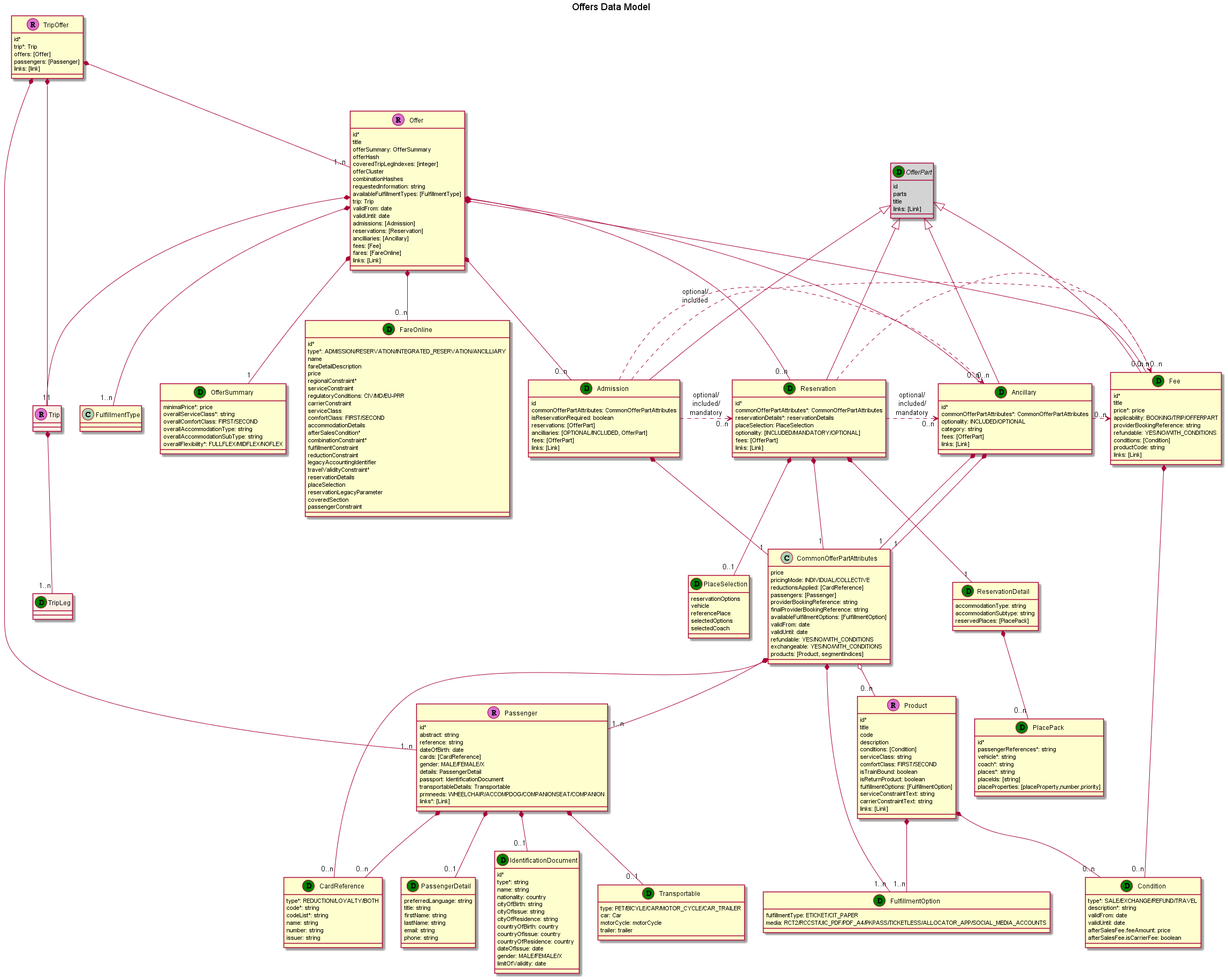
This is images/models/offers-data-model.png from UnionInternationalCheminsdeFer/OSDM, a PlantUML export, as it was before one commit.
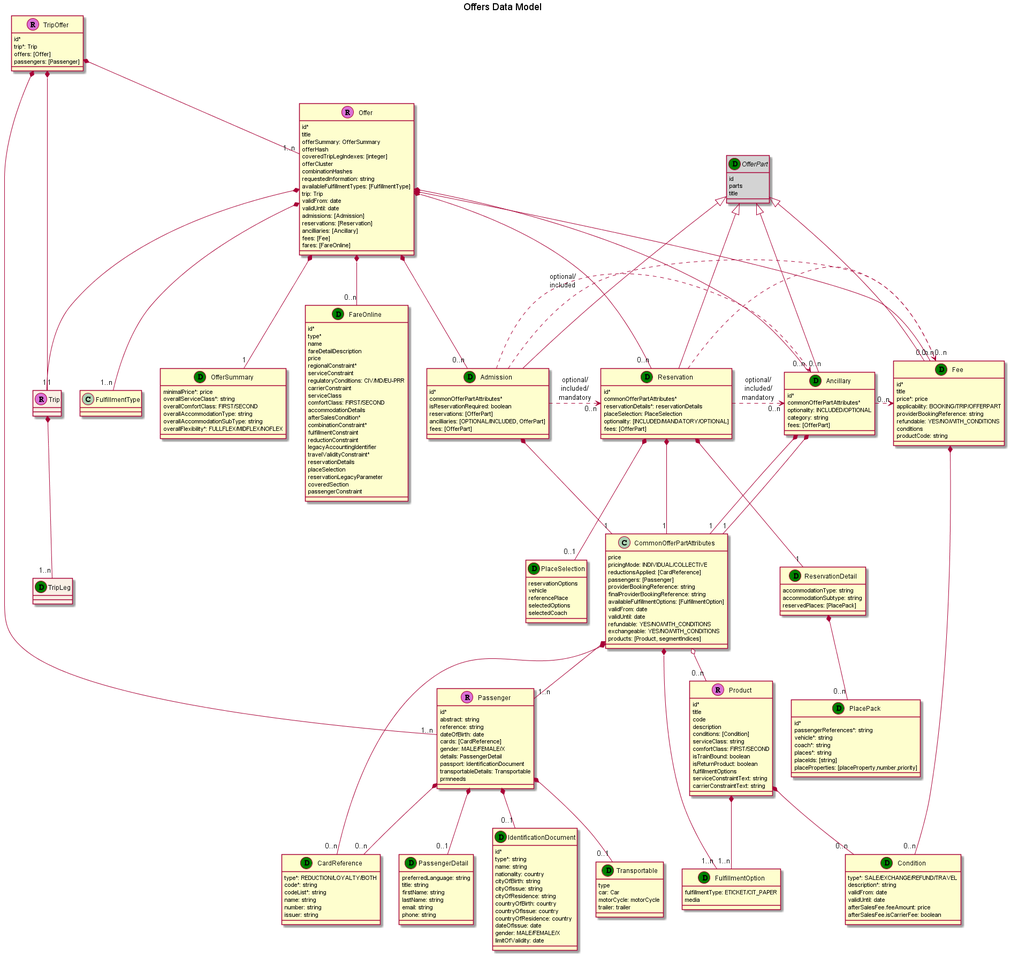
After the commit.

Diff of the diagram source:
```diff
@@ -10,11 +10,10 @@
 }
 
 class TripOffer <<R,orchid>>  {
-id*
-trip*: Trip
-offers: [Offer]
-passengers: [Passenger]
-links: [link]
+  id*
+  trip*: Trip
+  offers: [Offer]
+  passengers: [Passenger]
 }
 
 TripOffer *-- "1..n" Offer
@@ -22,24 +21,23 @@
 TripOffer *-- "1" Trip
 
 class Offer <<R,orchid>> {
-id*
-title
-offerSummary: OfferSummary
-offerHash
-coveredTripLegIndexes: [integer]
-offerCluster
-combinationHashes
-requestedInformation: string
-availableFulfillmentTypes: [FulfillmentType]
-trip: Trip
-validFrom: date
-validUntil: date
-admissions: [Admission]
-reservations: [Reservation]
-ancilliaries: [Ancillary]
-fees: [Fee]
-fares: [FareOnline]
-links: [Link]
+  id*
+  title
+  offerSummary: OfferSummary
+  offerHash
+  coveredTripLegIndexes: [integer]
+  offerCluster
+  combinationHashes
+  requestedInformation: string
+  availableFulfillmentTypes: [FulfillmentType]
+  trip: Trip
+  validFrom: date
+  validUntil: date
+  admissions: [Admission]
+  reservations: [Reservation]
+  ancilliaries: [Ancillary]
+  fees: [Fee]
+  fares: [FareOnline]
 }
 
 Offer *-- "0..n" Admission
@@ -61,10 +59,9 @@
 }
 
 abstract class OfferPart <<D,green>> #lightgrey {
-id
-parts
-title
-links: [Link]
+  id
+  parts
+  title
 }
 
 OfferPart <|-- Admission
@@ -94,11 +91,10 @@
 
 class Ancillary <<D,green>> {
   id*
-  commonOfferPartAttributes*: CommonOfferPartAttributes
+  commonOfferPartAttributes*
   optionality: INCLUDED/OPTIONAL
   category: string
   fees: [OfferPart]
-  links: [Link]
 }
 
 Ancillary *-- "1" CommonOfferPartAttributes
@@ -107,13 +103,12 @@
 
 
 class Admission <<D,green>> {
-  id
-  commonOfferPartAttributes: CommonOfferPartAttributes
+  id*
+  commonOfferPartAttributes*
   isReservationRequired: boolean
   reservations: [OfferPart]
   ancilliaries: [OPTIONAL/INCLUDED, OfferPart]
   fees: [OfferPart]
-  links: [Link]
 }
 
 Admission *-- "1" CommonOfferPartAttributes
@@ -123,12 +118,11 @@
 
 class Reservation <<D,green>> {
   id*
-  commonOfferPartAttributes*: CommonOfferPartAttributes
+  commonOfferPartAttributes*
   reservationDetails*: reservationDetails
   placeSelection: PlaceSelection
   optionality: [INCLUDED/MANDATORY/OPTIONAL]
   fees: [OfferPart]
-  links: [Link]
 }
 
 Reservation *-- "1" CommonOfferPartAttributes
@@ -138,9 +132,9 @@
 Reservation .>"0..n" Ancillary:optional/\nincluded/\nmandatory
 
 class ReservationDetail<<D,green>> {
-accommodationType: string
-accommodationSubtype: string
-reservedPlaces: [PlacePack]
+  accommodationType: string
+  accommodationSubtype: string
+  reservedPlaces: [PlacePack]
 }
 
 ReservationDetail *-- "0..n" PlacePack
@@ -156,11 +150,11 @@
 }
 
 class PlaceSelection<<D,green>> {
-reservationOptions
-vehicle
-referencePlace
-selectedOptions
-selectedCoach
+  reservationOptions
+  vehicle
+  referencePlace
+  selectedOptions
+  selectedCoach
 }
 
 class Fee<<D,green>> {
@@ -170,27 +164,25 @@
   applicability: BOOKING/TRIP/OFFERPART
   providerBookingReference: string
   refundable: YES/NO/WITH_CONDITIONS
-  conditions: [Condition]
+  conditions
   productCode: string
-  links: [Link]
 }
 
 Fee *-- "0..n" Condition
 
 class Product <<R,orchid>> {
-id*
-title
-code
-description
-conditions: [Condition]
-serviceClass: string
-comfortClass: FIRST/SECOND
-isTrainBound: boolean
-isReturnProduct: boolean
-fulfillmentOptions: [FulfillmentOption]
-serviceConstraintText: string
-carrierConstraintText: string
-links: [Link]
+  id*
+  title
+  code
+  description
+  conditions: [Condition]
+  serviceClass: string
+  comfortClass: FIRST/SECOND
+  isTrainBound: boolean
+  isReturnProduct: boolean
+  fulfillmentOptions
+  serviceConstraintText: string
+  carrierConstraintText: string
 }
 
 Product *-- "0..n" Condition
@@ -207,21 +199,20 @@
 
 class FulfillmentOption<<D,green>> {
   fulfillmentType: ETICKET/CIT_PAPER
-  media: RCT2/RCCST/UIC_PDF/PDF_A4/PKPASS/TICKETLESS/ALLOCATOR_APP/SOCIAL_MEDIA_ACCOUNTS
+  media
 }
 
 class Passenger <<R, orchid>> {
-id*
-abstract: string
-reference: string
-dateOfBirth: date
-cards: [CardReference]
-gender: MALE/FEMALE/X
-details: PassengerDetail
-passport: IdentificationDocument
-transportableDetails: Transportable
-prmneeds: WHEELCHAIR/ACCOMPDOG/COMPANIONSEAT/COMPANION
-links*: [Link]
+  id*
+  abstract: string
+  reference: string
+  dateOfBirth: date
+  cards: [CardReference]
+  gender: MALE/FEMALE/X
+  details: PassengerDetail
+  passport: IdentificationDocument
+  transportableDetails: Transportable
+  prmneeds
 }
 
 Passenger *-- "0..n" CardReference
@@ -264,35 +255,35 @@
 }
 
 class Transportable<<D,green>> {
-  type: PET/BICYLE/CAR/MOTOR_CYCLE/CAR_TRAILER
+  type
   car: Car
   motorCycle: motorCycle
   trailer: trailer
 }
 
 class FareOnline <<D,green>> {
-id*
-type*: ADMISSION/RESERVATION/INTEGRATED_RESERVATION/ANCILLIARY
-name
-fareDetailDescription
-price
-regionalConstraint*
-serviceConstraint
-regulatoryConditions: CIV/MD/EU-PRR
-carrierConstraint
-serviceClass
-comfortClass: FIRST/SECOND
-accommodationDetails
-afterSalesCondition*
-combinationConstraint*
-fulfillmentConstraint
-reductionConstraint
-legacyAccountingIdentifier
-travelValidityConstraint*
-reservationDetails
-placeSelection
-reservationLegacyParameter
-coveredSection
-passengerConstraint
+  id*
+  type*
+  name
+  fareDetailDescription
+  price
+  regionalConstraint*
+  serviceConstraint
+  regulatoryConditions: CIV/MD/EU-PRR
+  carrierConstraint
+  serviceClass
+  comfortClass: FIRST/SECOND
+  accommodationDetails
+  afterSalesCondition*
+  combinationConstraint*
+  fulfillmentConstraint
+  reductionConstraint
+  legacyAccountingIdentifier
+  travelValidityConstraint*
+  reservationDetails
+  placeSelection
+  reservationLegacyParameter
+  coveredSection
+  passengerConstraint
 }
 @enduml
```
